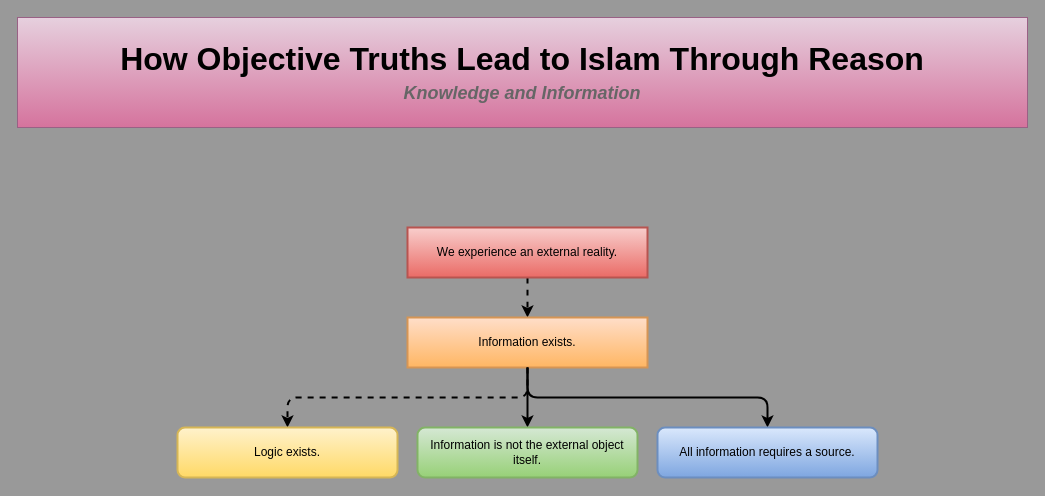
Above: page "2 - Knowledge and Information" (10 of 18) of Comparative Religion/How Objective Truths Lead to Islam through Reason.drawio in ixm-ibrahim/Diagrams (draw.io), before the change. Source tidied: cells renumbered, new cells numbered last; positions are measured from the earlier drawing's top-left corner, leaving out a move shared by most shapes. Both pictures are drawn from the tidied source at 100%, with x=0, y=0 at pixel (17, 17).
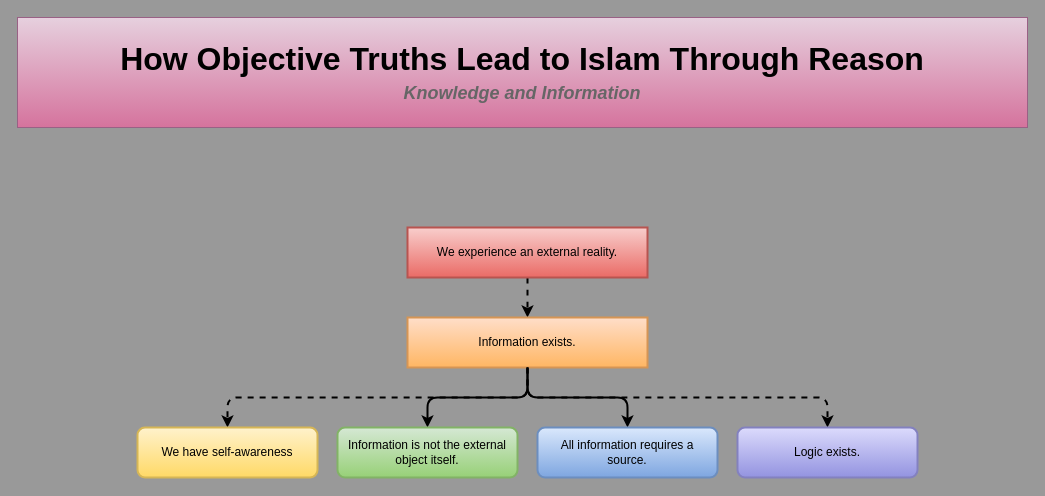
After the change.

Commit message (it also covers changes not shown here):
finished "information exists"

Change to the diagram source:
```diff
@@
 <mxGraphModel background="#999999">
   <root>
     <mxCell id="0" />
     <mxCell id="1" parent="0" />
     <mxCell id="2" style="edgeStyle=elbowEdgeStyle;shape=connector;curved=0;rounded=1;jettySize=auto;elbow=vertical;html=1;exitX=0.5;exitY=1;exitDx=0;exitDy=0;entryX=0.5;entryY=0;entryDx=0;entryDy=0;strokeColor=default;strokeWidth=2;align=center;verticalAlign=middle;fontFamily=Helvetica;fontSize=11;fontColor=default;labelBackgroundColor=default;endArrow=classic;dashed=1;" parent="1" edge="1" source="3" target="5">
       <mxGeometry relative="1" as="geometry" />
     </mxCell>
     <mxCell id="3" value="&lt;font style=&quot;font-size: 12px;&quot;&gt;We experience an external reality.&lt;/font&gt;" style="rounded=0;whiteSpace=wrap;html=1;fillColor=#f8cecc;gradientColor=#ea6b66;strokeColor=#b85450;strokeWidth=2;fontSize=1;" parent="1" vertex="1">
       <mxGeometry x="390" y="210" width="240" height="50" as="geometry" />
     </mxCell>
     <mxCell id="4" value="&lt;b style=&quot;&quot;&gt;&lt;span style=&quot;font-size: 32px;&quot;&gt;How Objective Truths Lead to Islam Through Reason&lt;br&gt;&lt;/span&gt;&lt;font style=&quot;font-size: 4px;&quot;&gt;&lt;br&gt;&lt;/font&gt;&lt;i style=&quot;font-size: 12px;&quot;&gt;&lt;font style=&quot;font-size: 18px; color: rgb(102, 102, 102);&quot;&gt;Knowledge and Information&lt;/font&gt;&lt;/i&gt;&lt;/b&gt;" style="rounded=0;whiteSpace=wrap;html=1;fillColor=#e6d0de;strokeColor=#996185;gradientColor=#d5739d;fontSize=1;" parent="1" vertex="1">
       <mxGeometry width="1010" height="110" as="geometry" />
     </mxCell>
+    <mxCell id="12" style="edgeStyle=elbowEdgeStyle;shape=connector;curved=0;rounded=1;jettySize=auto;elbow=vertical;html=1;exitX=0.5;exitY=1;exitDx=0;exitDy=0;entryX=0.5;entryY=0;entryDx=0;entryDy=0;strokeColor=default;strokeWidth=2;align=center;verticalAlign=middle;fontFamily=Helvetica;fontSize=11;fontColor=default;labelBackgroundColor=default;endArrow=classic;dashed=1;" parent="1" edge="1" source="5" target="13">
+      <mxGeometry relative="1" as="geometry" />
+    </mxCell>
     <mxCell id="5" value="&lt;span style=&quot;font-size: 12px;&quot;&gt;Information exists.&lt;/span&gt;" style="rounded=0;whiteSpace=wrap;html=1;fillColor=#FFDEC9;gradientColor=#FFB663;strokeColor=#D69555;strokeWidth=2;fontSize=1;" parent="1" vertex="1">
       <mxGeometry x="390" y="300" width="240" height="50" as="geometry" />
     </mxCell>
     <mxCell id="6" style="edgeStyle=elbowEdgeStyle;shape=connector;curved=0;rounded=1;jettySize=auto;elbow=vertical;html=1;exitX=0.5;exitY=1;exitDx=0;exitDy=0;entryX=0.5;entryY=0;entryDx=0;entryDy=0;strokeColor=default;strokeWidth=2;align=center;verticalAlign=middle;fontFamily=Helvetica;fontSize=11;fontColor=default;labelBackgroundColor=default;endArrow=classic;dashed=1;" parent="1" edge="1" target="9">
       <mxGeometry relative="1" as="geometry">
         <mxPoint x="510" y="350" as="sourcePoint" />
       </mxGeometry>
     </mxCell>
     <mxCell id="7" style="edgeStyle=elbowEdgeStyle;shape=connector;curved=0;rounded=1;jettySize=auto;elbow=vertical;html=1;exitX=0.5;exitY=1;exitDx=0;exitDy=0;entryX=0.5;entryY=0;entryDx=0;entryDy=0;strokeColor=default;strokeWidth=2;align=center;verticalAlign=middle;fontFamily=Helvetica;fontSize=11;fontColor=default;labelBackgroundColor=default;endArrow=classic;" parent="1" edge="1" source="5" target="10">
       <mxGeometry relative="1" as="geometry" />
     </mxCell>
     <mxCell id="8" style="edgeStyle=elbowEdgeStyle;shape=connector;curved=0;rounded=1;jettySize=auto;elbow=vertical;html=1;exitX=0.5;exitY=1;exitDx=0;exitDy=0;entryX=0.5;entryY=0;entryDx=0;entryDy=0;strokeColor=default;strokeWidth=2;align=center;verticalAlign=middle;fontFamily=Helvetica;fontSize=11;fontColor=default;labelBackgroundColor=default;endArrow=classic;" parent="1" edge="1" source="5" target="11">
       <mxGeometry relative="1" as="geometry" />
     </mxCell>
-    <mxCell id="9" value="&lt;font style=&quot;font-size: 12px;&quot;&gt;Logic exists.&lt;/font&gt;" style="rounded=1;whiteSpace=wrap;html=1;fillColor=#fff2cc;gradientColor=#ffd966;strokeColor=#d6b656;strokeWidth=2;fontSize=1;" parent="1" vertex="1">
-      <mxGeometry x="160" y="410" width="220" height="50" as="geometry" />
+    <mxCell id="9" value="&lt;font style=&quot;font-size: 12px;&quot;&gt;Logic exists.&lt;/font&gt;" style="rounded=1;whiteSpace=wrap;html=1;fillColor=#DCDBFC;gradientColor=#9393E0;strokeColor=#8381BF;strokeWidth=2;fontSize=1;" parent="1" vertex="1">
+      <mxGeometry x="720" y="410" width="180" height="50" as="geometry" />
     </mxCell>
     <mxCell id="10" value="&lt;span style=&quot;font-size: 12px;&quot;&gt;Information is not the external object itself.&lt;/span&gt;" style="rounded=1;whiteSpace=wrap;html=1;fillColor=#d5e8d4;gradientColor=#97d077;strokeColor=#82b366;strokeWidth=2;fontSize=1;" parent="1" vertex="1">
-      <mxGeometry x="400" y="410" width="220" height="50" as="geometry" />
+      <mxGeometry x="320" y="410" width="180" height="50" as="geometry" />
     </mxCell>
-    <mxCell id="11" value="&lt;span style=&quot;font-size: 12px;&quot;&gt;All information requires a source.&lt;/span&gt;" style="rounded=1;whiteSpace=wrap;html=1;fillColor=#dae8fc;gradientColor=#7ea6e0;strokeColor=#6c8ebf;strokeWidth=2;fontSize=1;" parent="1" vertex="1">
-      <mxGeometry x="640" y="410" width="220" height="50" as="geometry" />
+    <mxCell id="11" value="&lt;span style=&quot;font-size: 12px;&quot;&gt;All information requires a&lt;br&gt;source.&lt;/span&gt;" style="rounded=1;whiteSpace=wrap;html=1;fillColor=#dae8fc;gradientColor=#7ea6e0;strokeColor=#6c8ebf;strokeWidth=2;fontSize=1;" parent="1" vertex="1">
+      <mxGeometry x="520" y="410" width="180" height="50" as="geometry" />
     </mxCell>
+    <mxCell id="13" value="&lt;font style=&quot;font-size: 12px;&quot;&gt;We have self-awareness&lt;/font&gt;" style="rounded=1;whiteSpace=wrap;html=1;fillColor=#fff2cc;gradientColor=#ffd966;strokeColor=#d6b656;strokeWidth=2;fontSize=1;" parent="1" vertex="1">
+      <mxGeometry x="120" y="410" width="180" height="50" as="geometry" />
+    </mxCell>
   </root>
 </mxGraphModel>
```
